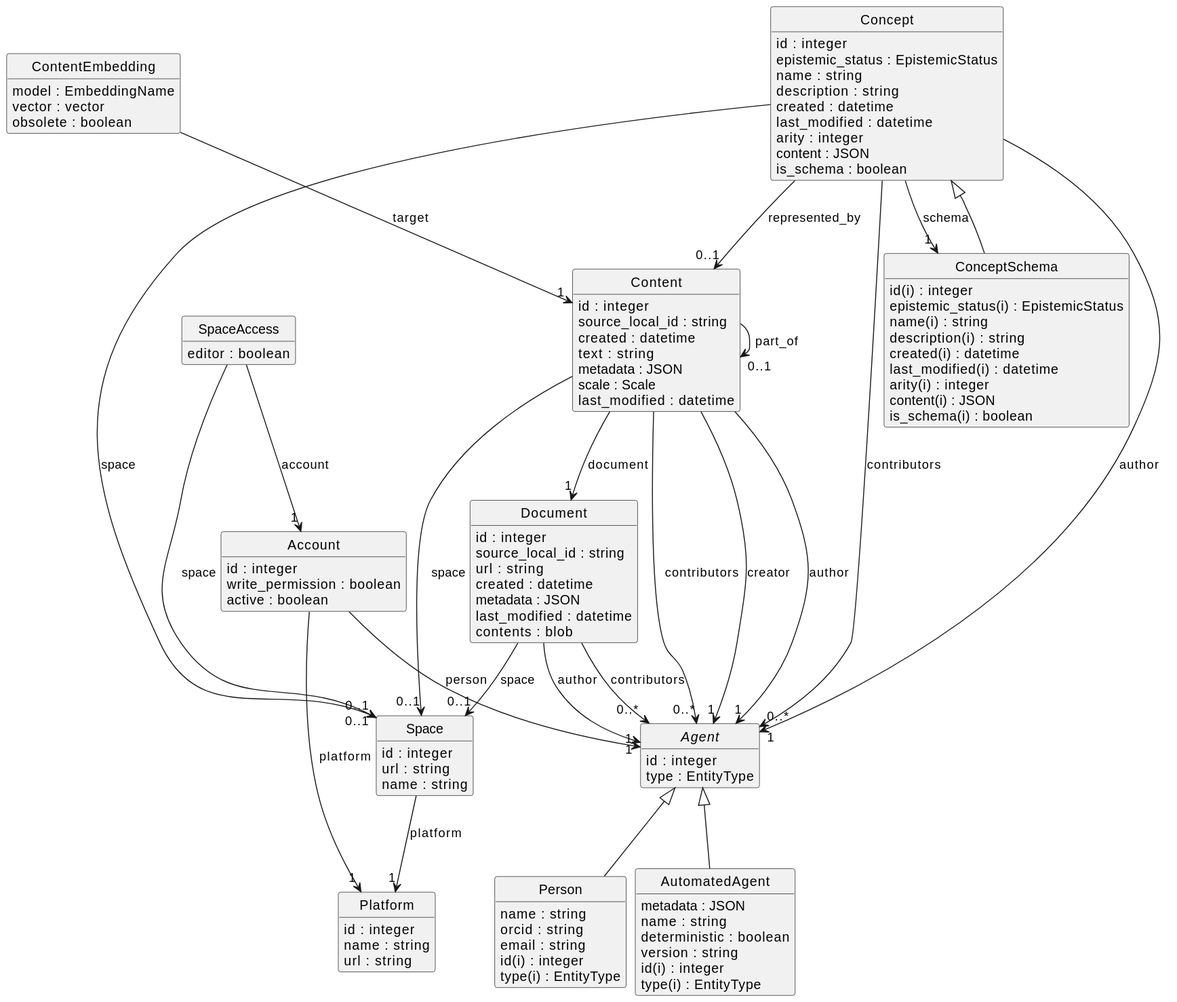
This is packages/database/schema.svg from DiscourseGraphs/discourse-graph, a PlantUML export, as it was before one commit.
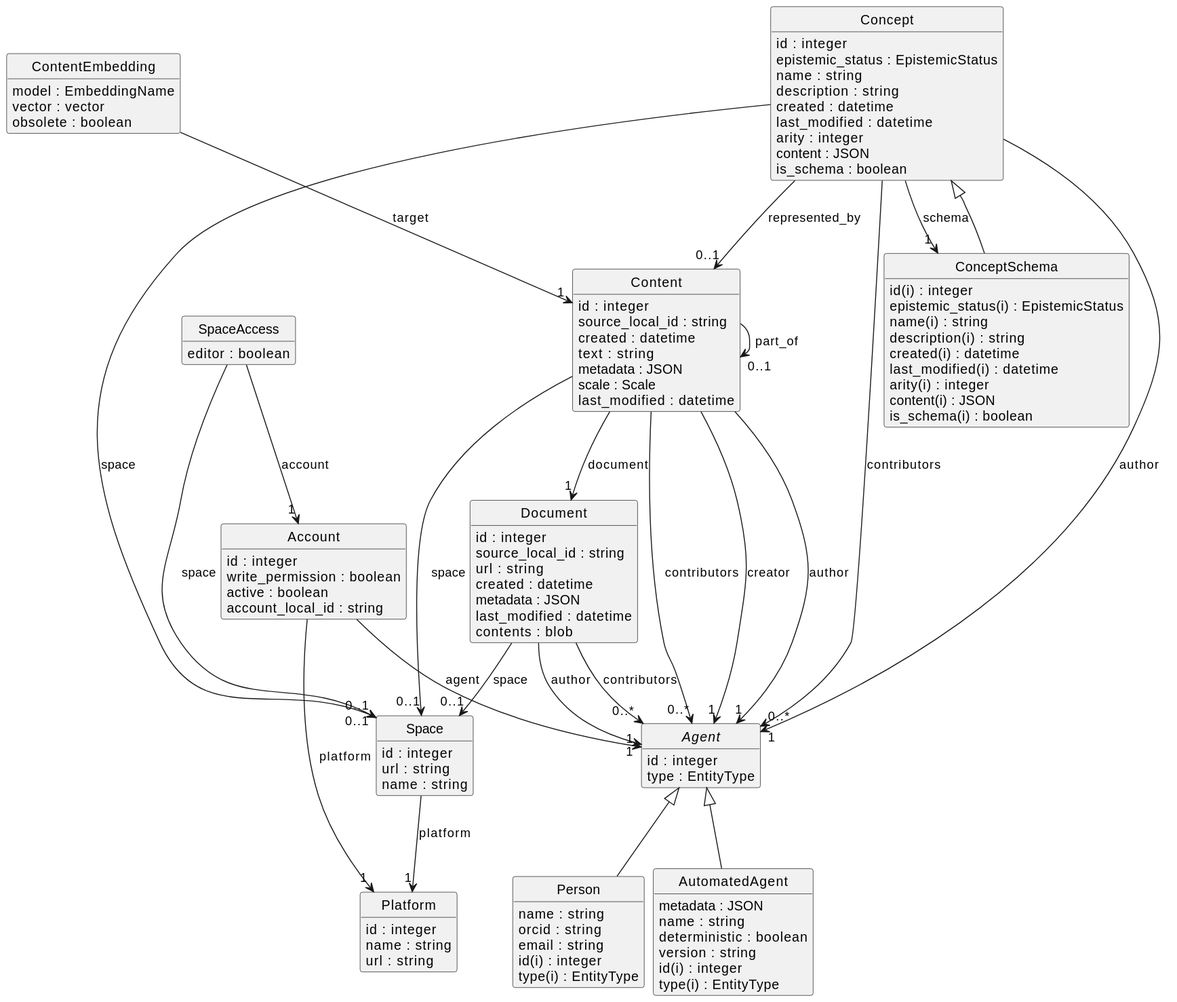
After the change.

Commit message:
Add unique keys to schema

Change to the diagram source:
```diff
@@ -9,6 +9,7 @@
     {field} id : integer
     {field} write_permission : boolean
     {field} active : boolean
+    {field} account_local_id : string
 }
 class "Space" [[{A space on a platform representing a community engaged in a conversation}]] {
     {field} id : integer
@@ -104,7 +105,7 @@
     {field} id(i) : integer
     {field} type(i) : EntityType
 }
-"Account" --> "1" "Agent" : "person"
+"Account" --> "1" "Agent" : "agent"
 "Agent" ^-- "Person"
 "Agent" ^-- "AutomatedAgent"
 @enduml
```
